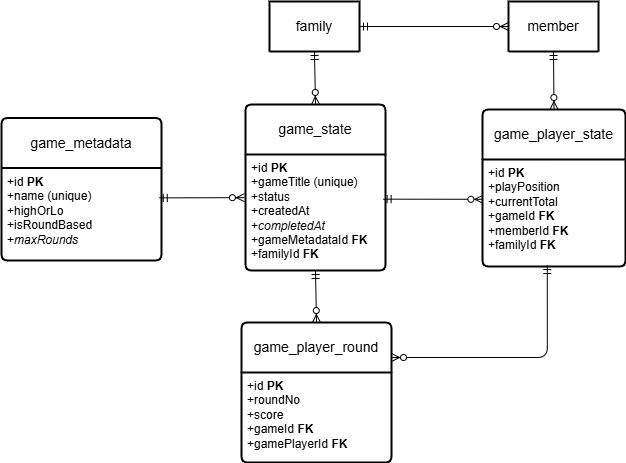
greg1951/family-social-scratch keeps this draw.io diagram as docs/game-schema.png. Above is the earlier version. Source tidied: cells renumbered, new cells last; positions are measured from the earlier drawing's top-left corner, leaving out a move shared by most shapes.
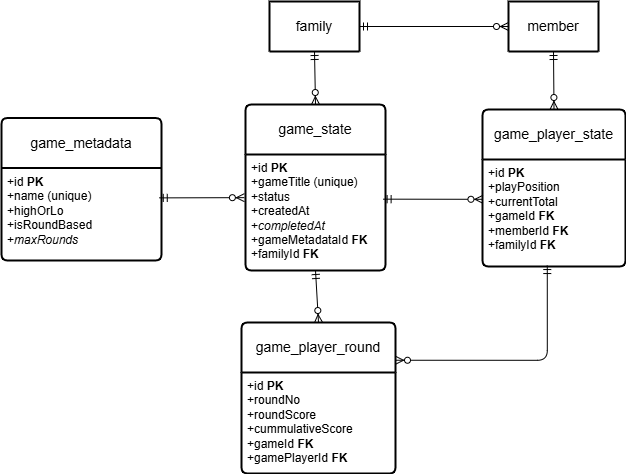
After the commit.

What changed in the source:
```diff
@@ -36,10 +36,10 @@
       <mxGeometry relative="1" as="geometry" />
     </mxCell>
     <mxCell id="13" value="game_player_round" style="swimlane;horizontal=1;startSize=50;rounded=1;fontSize=14;fontStyle=0;strokeWidth=2;shadow=0;dashed=0;align=center;arcSize=4;whiteSpace=wrap;html=1;" parent="1" vertex="1">
-      <mxGeometry x="240" y="321" width="150" height="140" as="geometry" />
+      <mxGeometry x="240" y="321" width="154" height="151" as="geometry" />
     </mxCell>
-    <mxCell id="14" value="+id &lt;b&gt;PK&lt;/b&gt;&lt;br&gt;+roundNo&lt;br&gt;+score&lt;div&gt;+gameId &lt;b&gt;FK&lt;/b&gt;&lt;/div&gt;&lt;div&gt;+gamePlayerId &lt;b&gt;FK&lt;/b&gt;&lt;/div&gt;" style="align=left;strokeColor=none;fillColor=none;spacingLeft=4;fontSize=12;verticalAlign=top;html=1;" parent="13" vertex="1">
-      <mxGeometry y="50" width="150" height="90" as="geometry" />
+    <mxCell id="14" value="+id &lt;b&gt;PK&lt;/b&gt;&lt;br&gt;+roundNo&lt;br&gt;+roundScore&lt;div&gt;&lt;font color=&quot;#000000&quot;&gt;+cummulativeScore&lt;br&gt;&lt;/font&gt;&lt;div&gt;+gameId &lt;b&gt;FK&lt;/b&gt;&lt;/div&gt;&lt;div&gt;+gamePlayerId &lt;b&gt;FK&lt;/b&gt;&lt;/div&gt;&lt;/div&gt;" style="align=left;strokeColor=none;fillColor=none;spacingLeft=4;fontSize=12;verticalAlign=top;html=1;" parent="13" vertex="1">
+      <mxGeometry y="50" width="154" height="101" as="geometry" />
     </mxCell>
     <mxCell id="15" style="fontSize=12;html=1;endArrow=ERzeroToMany;startArrow=ERmandOne;exitX=0.5;exitY=1;exitDx=0;exitDy=0;entryX=0.5;entryY=0;entryDx=0;entryDy=0;" parent="1" edge="1" source="8" target="13">
       <mxGeometry relative="1" as="geometry" />
```
